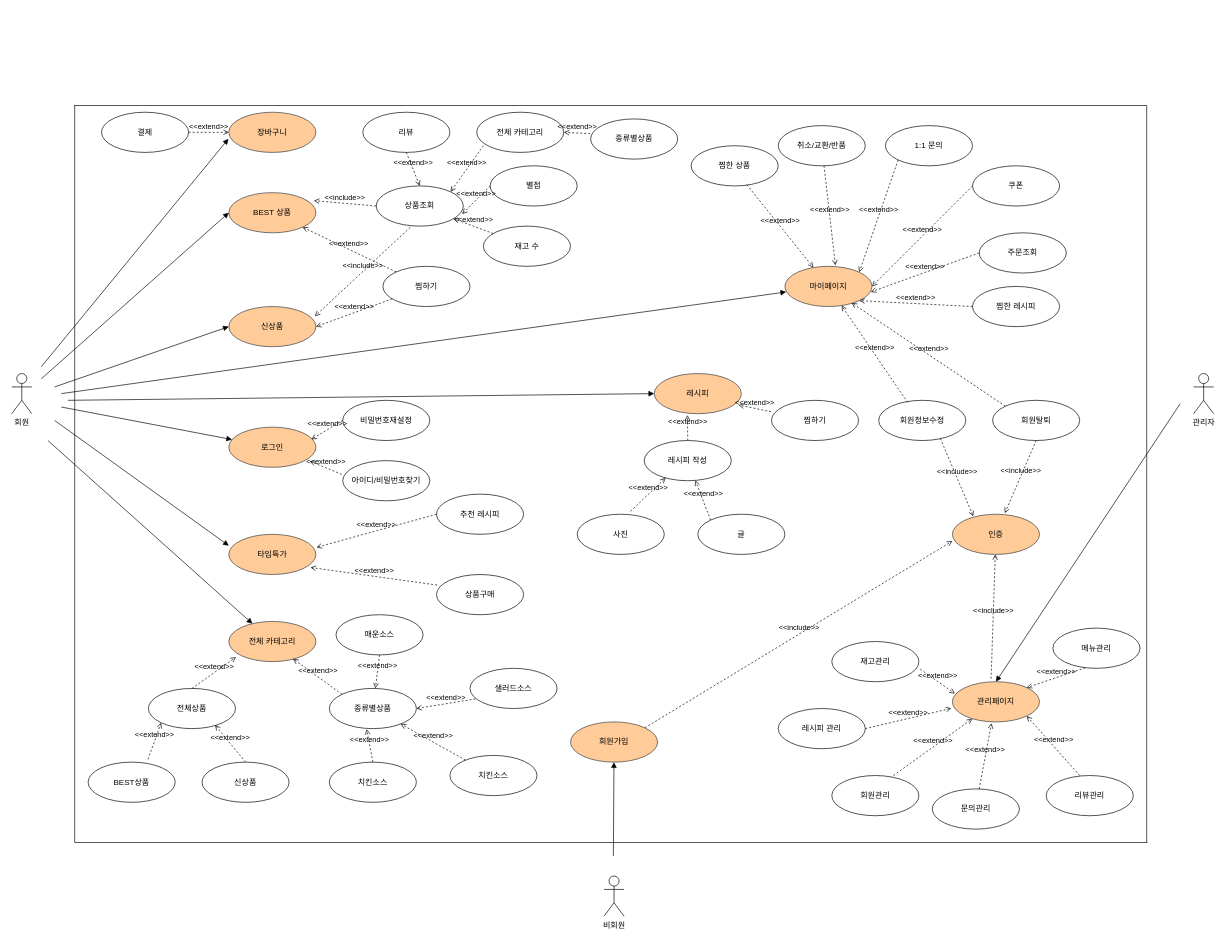
wjdwodhs/USECASE-DIAGRAM keeps this draw.io diagram as USECASE DIAGRAM.drawio. Above is the earlier version. Source tidied: cells renumbered, new cells numbered last; positions are measured from the earlier drawing's top-left corner, leaving out a move shared by most shapes. Both pictures are drawn from the tidied source at 67%, with x=0, y=0 at pixel (11, 105).
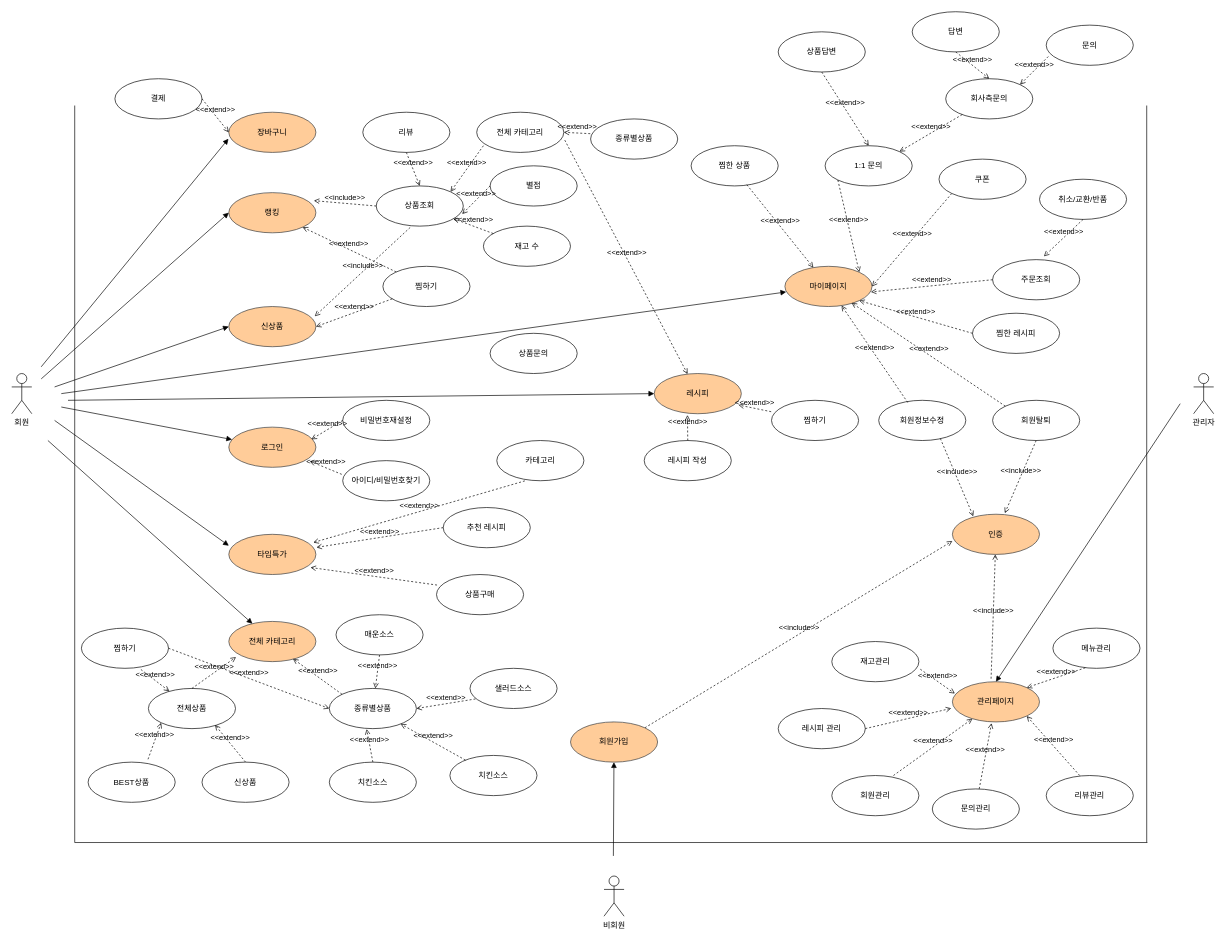
After the change.

Unchanged cells that the change refers to:
```xml
<mxCell id="5" value="타임특가" style="ellipse;whiteSpace=wrap;html=1;fillColor=#ffcc99;strokeColor=#36393d;" parent="1" vertex="1">
  <mxGeometry x="324" y="640" width="130" height="60" as="geometry" />
</mxCell>
<mxCell id="22" value="종류별상품" style="ellipse;whiteSpace=wrap;html=1;" parent="1" vertex="1">
  <mxGeometry x="474" y="870" width="130" height="60" as="geometry" />
</mxCell>
<mxCell id="23" value="전체상품" style="ellipse;whiteSpace=wrap;html=1;" parent="1" vertex="1">
  <mxGeometry x="204" y="870" width="130" height="60" as="geometry" />
</mxCell>
<mxCell id="28" value="레시피" style="ellipse;whiteSpace=wrap;html=1;fillColor=#ffcc99;strokeColor=#36393d;" parent="1" vertex="1">
  <mxGeometry x="959" y="400" width="130" height="60" as="geometry" />
</mxCell>
<mxCell id="43" value="마이페이지" style="ellipse;whiteSpace=wrap;html=1;fillColor=#ffcc99;strokeColor=#36393d;" parent="1" vertex="1">
  <mxGeometry x="1154" y="240" width="130" height="60" as="geometry" />
</mxCell>
<mxCell id="59" value="레시피 작성" style="ellipse;whiteSpace=wrap;html=1;" parent="1" vertex="1">
  <mxGeometry x="944" y="500" width="130" height="60" as="geometry" />
</mxCell>
<mxCell id="96" value="전체 카테고리" style="ellipse;whiteSpace=wrap;html=1;" parent="1" vertex="1">
  <mxGeometry x="694" y="10" width="130" height="60" as="geometry" />
</mxCell>
```

What changed in the source:
```diff
@@
-    <mxCell id="7" value="BEST 상품" style="ellipse;whiteSpace=wrap;html=1;fillColor=#ffcc99;strokeColor=#36393d;" parent="1" vertex="1">
+    <mxCell id="7" value="랭킹" style="ellipse;whiteSpace=wrap;html=1;fillColor=#ffcc99;strokeColor=#36393d;" parent="1" vertex="1">
       <mxGeometry x="324" y="130" width="130" height="60" as="geometry" />
     </mxCell>
@@
-    <mxCell id="12" style="endArrow=none;html=1;rounded=0;" parent="1" edge="1">
-      <mxGeometry relative="1" as="geometry">
-        <mxPoint x="93" as="sourcePoint" />
-        <mxPoint x="1694" as="targetPoint" />
-      </mxGeometry>
-    </mxCell>
@@
     <mxCell id="32" value="결제" style="ellipse;whiteSpace=wrap;html=1;" parent="1" vertex="1">
-      <mxGeometry x="134" y="10" width="130" height="60" as="geometry" />
+      <mxGeometry x="154" y="-40" width="130" height="60" as="geometry" />
     </mxCell>
@@
     <mxCell id="39" value="추천 레시피" style="ellipse;whiteSpace=wrap;html=1;" parent="1" vertex="1">
-      <mxGeometry x="634" y="580" width="130" height="60" as="geometry" />
+      <mxGeometry x="644" y="600" width="130" height="60" as="geometry" />
     </mxCell>
@@
     <mxCell id="47" value="1:1 문의" style="ellipse;whiteSpace=wrap;html=1;" parent="1" vertex="1">
-      <mxGeometry x="1304" y="30" width="130" height="60" as="geometry" />
+      <mxGeometry x="1214" y="60" width="130" height="60" as="geometry" />
     </mxCell>
     <mxCell id="48" value="취소/교환/반품" style="ellipse;whiteSpace=wrap;html=1;" parent="1" vertex="1">
-      <mxGeometry x="1144" y="30" width="130" height="60" as="geometry" />
+      <mxGeometry x="1534" y="110" width="130" height="60" as="geometry" />
     </mxCell>
@@
-    <mxCell id="53" value="&amp;lt;&amp;lt;extend&amp;gt;&amp;gt;" style="html=1;verticalAlign=bottom;labelBackgroundColor=none;endArrow=open;endFill=0;dashed=1;rounded=0;entryX=0.58;entryY=-0.024;entryDx=0;entryDy=0;entryPerimeter=0;" parent="1" edge="1" source="48" target="43">
-      <mxGeometry relative="1" as="geometry" />
-    </mxCell>
@@
-    <mxCell id="90" value="&amp;lt;&amp;lt;extend&amp;gt;&amp;gt;" style="html=1;verticalAlign=bottom;labelBackgroundColor=none;endArrow=open;endFill=0;dashed=1;rounded=0;entryX=1;entryY=0.5;entryDx=0;entryDy=0;exitX=0;exitY=0.5;exitDx=0;exitDy=0;" parent="1" edge="1" source="93" target="43">
+    <mxCell id="90" value="&amp;lt;&amp;lt;extend&amp;gt;&amp;gt;" style="html=1;verticalAlign=bottom;labelBackgroundColor=none;endArrow=open;endFill=0;dashed=1;rounded=0;entryX=1;entryY=0.5;entryDx=0;entryDy=0;exitX=0;exitY=1;exitDx=0;exitDy=0;" parent="1" edge="1" source="93" target="43">
       <mxGeometry relative="1" as="geometry" />
     </mxCell>
     <mxCell id="91" value="주문조회" style="ellipse;whiteSpace=wrap;html=1;" parent="1" vertex="1">
-      <mxGeometry x="1444" y="190" width="130" height="60" as="geometry" />
+      <mxGeometry x="1464" y="230" width="130" height="60" as="geometry" />
     </mxCell>
@@
     <mxCell id="93" value="쿠폰" style="ellipse;whiteSpace=wrap;html=1;" parent="1" vertex="1">
-      <mxGeometry x="1434" y="90" width="130" height="60" as="geometry" />
+      <mxGeometry x="1384" y="80" width="130" height="60" as="geometry" />
     </mxCell>
@@
-    <mxCell id="101" value="사진" style="ellipse;whiteSpace=wrap;html=1;" parent="1" vertex="1">
-      <mxGeometry x="844" y="610" width="130" height="60" as="geometry" />
-    </mxCell>
-    <mxCell id="102" value="글" style="ellipse;whiteSpace=wrap;html=1;" parent="1" vertex="1">
-      <mxGeometry x="1024" y="610" width="130" height="60" as="geometry" />
-    </mxCell>
     <mxCell id="103" value="찜한 레시피" style="ellipse;whiteSpace=wrap;html=1;" parent="1" vertex="1">
-      <mxGeometry x="1434" y="270" width="130" height="60" as="geometry" />
+      <mxGeometry x="1434" y="310" width="130" height="60" as="geometry" />
     </mxCell>
@@
-    <mxCell id="105" value="&amp;lt;&amp;lt;extend&amp;gt;&amp;gt;" style="html=1;verticalAlign=bottom;labelBackgroundColor=none;endArrow=open;endFill=0;dashed=1;rounded=0;entryX=0.246;entryY=0.929;entryDx=0;entryDy=0;exitX=0.612;exitY=-0.071;exitDx=0;exitDy=0;entryPerimeter=0;exitPerimeter=0;" parent="1" edge="1" source="101" target="59">
-      <mxGeometry x="0.01" relative="1" as="geometry" />
-    </mxCell>
-    <mxCell id="106" value="&amp;lt;&amp;lt;extend&amp;gt;&amp;gt;" style="html=1;verticalAlign=bottom;labelBackgroundColor=none;endArrow=open;endFill=0;dashed=1;rounded=0;exitX=0;exitY=0;exitDx=0;exitDy=0;" parent="1" edge="1" source="102" target="59">
-      <mxGeometry x="0.01" relative="1" as="geometry" />
-    </mxCell>
@@
+    <mxCell id="113" value="회사측문의" style="ellipse;whiteSpace=wrap;html=1;" parent="1" vertex="1">
+      <mxGeometry x="1394" y="-40" width="130" height="60" as="geometry" />
+    </mxCell>
+    <mxCell id="114" value="상품답변" style="ellipse;whiteSpace=wrap;html=1;" parent="1" vertex="1">
+      <mxGeometry x="1144" y="-110" width="130" height="60" as="geometry" />
+    </mxCell>
+    <mxCell id="115" value="답변" style="ellipse;whiteSpace=wrap;html=1;" parent="1" vertex="1">
+      <mxGeometry x="1344" y="-140" width="130" height="60" as="geometry" />
+    </mxCell>
+    <mxCell id="116" value="문의" style="ellipse;whiteSpace=wrap;html=1;" parent="1" vertex="1">
+      <mxGeometry x="1544" y="-120" width="130" height="60" as="geometry" />
+    </mxCell>
+    <mxCell id="117" value="&amp;lt;&amp;lt;extend&amp;gt;&amp;gt;" style="html=1;verticalAlign=bottom;labelBackgroundColor=none;endArrow=open;endFill=0;dashed=1;rounded=0;entryX=1;entryY=0;entryDx=0;entryDy=0;exitX=0.024;exitY=0.781;exitDx=0;exitDy=0;exitPerimeter=0;" parent="1" edge="1" source="116" target="113">
+      <mxGeometry relative="1" as="geometry" />
+    </mxCell>
+    <mxCell id="118" value="&amp;lt;&amp;lt;extend&amp;gt;&amp;gt;" style="html=1;verticalAlign=bottom;labelBackgroundColor=none;endArrow=open;endFill=0;dashed=1;rounded=0;entryX=0.5;entryY=0;entryDx=0;entryDy=0;exitX=0.5;exitY=1;exitDx=0;exitDy=0;" parent="1" edge="1" source="115" target="113">
+      <mxGeometry relative="1" as="geometry" />
+    </mxCell>
+    <mxCell id="119" value="&amp;lt;&amp;lt;extend&amp;gt;&amp;gt;" style="html=1;verticalAlign=bottom;labelBackgroundColor=none;endArrow=open;endFill=0;dashed=1;rounded=0;entryX=0.5;entryY=0;entryDx=0;entryDy=0;exitX=0.5;exitY=1;exitDx=0;exitDy=0;" parent="1" edge="1" source="114" target="47">
+      <mxGeometry relative="1" as="geometry" />
+    </mxCell>
+    <mxCell id="120" value="&amp;lt;&amp;lt;extend&amp;gt;&amp;gt;" style="html=1;verticalAlign=bottom;labelBackgroundColor=none;endArrow=open;endFill=0;dashed=1;rounded=0;entryX=1;entryY=0;entryDx=0;entryDy=0;" parent="1" edge="1" source="113" target="47">
+      <mxGeometry relative="1" as="geometry" />
+    </mxCell>
+    <mxCell id="121" value="&amp;lt;&amp;lt;extend&amp;gt;&amp;gt;" style="html=1;verticalAlign=bottom;labelBackgroundColor=none;endArrow=open;endFill=0;dashed=1;rounded=0;entryX=0.589;entryY=-0.081;entryDx=0;entryDy=0;exitX=0.5;exitY=1;exitDx=0;exitDy=0;entryPerimeter=0;" parent="1" edge="1" source="48" target="91">
+      <mxGeometry relative="1" as="geometry" />
+    </mxCell>
+    <mxCell id="122" value="&amp;lt;&amp;lt;extend&amp;gt;&amp;gt;" style="html=1;verticalAlign=bottom;labelBackgroundColor=none;endArrow=open;endFill=0;dashed=1;rounded=0;exitX=1.011;exitY=0.694;exitDx=0;exitDy=0;exitPerimeter=0;" parent="1" edge="1" source="96" target="28">
+      <mxGeometry x="0.01" relative="1" as="geometry" />
+    </mxCell>
+    <mxCell id="123" value="찜하기" style="ellipse;whiteSpace=wrap;html=1;" parent="1" vertex="1">
+      <mxGeometry x="104" y="780" width="130" height="60" as="geometry" />
+    </mxCell>
+    <mxCell id="124" value="&amp;lt;&amp;lt;extend&amp;gt;&amp;gt;" style="html=1;verticalAlign=bottom;labelBackgroundColor=none;endArrow=open;endFill=0;dashed=1;rounded=0;exitX=0.683;exitY=1.029;exitDx=0;exitDy=0;exitPerimeter=0;" parent="1" edge="1" source="123" target="23">
+      <mxGeometry relative="1" as="geometry" />
+    </mxCell>
+    <mxCell id="125" value="&amp;lt;&amp;lt;extend&amp;gt;&amp;gt;" style="html=1;verticalAlign=bottom;labelBackgroundColor=none;endArrow=open;endFill=0;dashed=1;rounded=0;exitX=1;exitY=0.5;exitDx=0;exitDy=0;entryX=0;entryY=0.5;entryDx=0;entryDy=0;" parent="1" edge="1" source="123" target="22">
+      <mxGeometry relative="1" as="geometry" />
+    </mxCell>
+    <mxCell id="126" value="카테고리" style="ellipse;whiteSpace=wrap;html=1;" parent="1" vertex="1">
+      <mxGeometry x="724" y="500" width="130" height="60" as="geometry" />
+    </mxCell>
+    <mxCell id="127" value="&amp;lt;&amp;lt;extend&amp;gt;&amp;gt;" style="html=1;verticalAlign=bottom;labelBackgroundColor=none;endArrow=open;endFill=0;dashed=1;rounded=0;entryX=0.97;entryY=0.204;entryDx=0;entryDy=0;exitX=0.322;exitY=1.004;exitDx=0;exitDy=0;entryPerimeter=0;exitPerimeter=0;" parent="1" edge="1" source="126" target="5">
+      <mxGeometry relative="1" as="geometry" />
+    </mxCell>
+    <mxCell id="128" value="상품문의" style="ellipse;whiteSpace=wrap;html=1;" parent="1" vertex="1">
+      <mxGeometry x="714" y="340" width="130" height="60" as="geometry" />
+    </mxCell>
```
